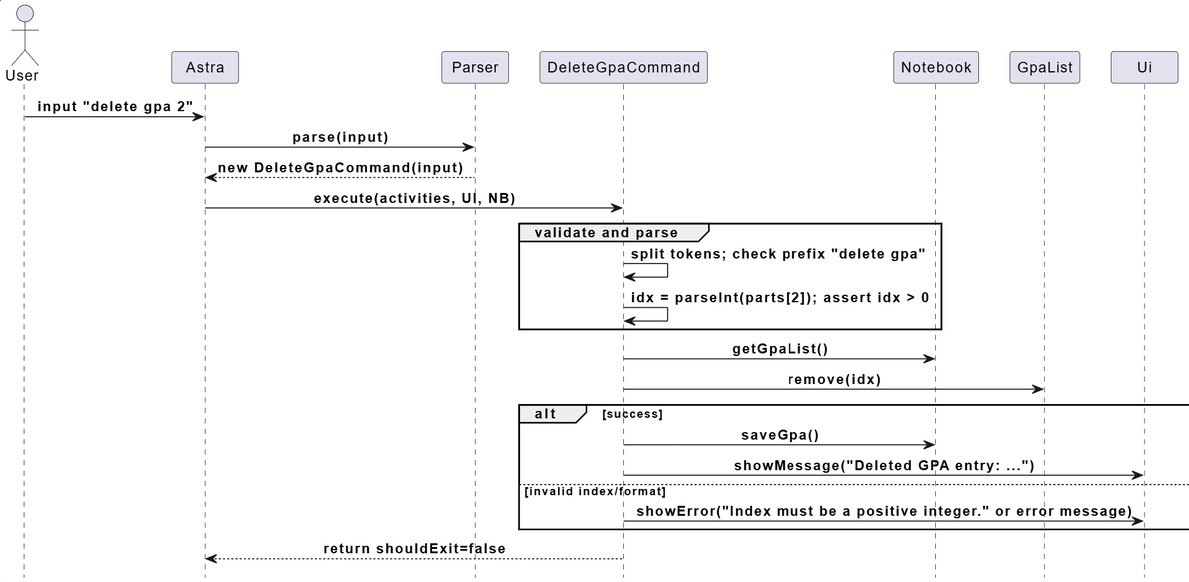
This is docs/images/DeleteGPAEntry.png from Kennahh/tp, a PlantUML export, as it was before one commit. Its source is kept beside it as docs/diagrams/DeleteGPAEntry.puml. The source it was exported from:
```plantuml
@startuml
!include style.puml
actor User
participant Astra
participant Parser
participant C as ":DeleteGpaCommand"
participant NB as "Notebook"
participant GL as "GpaList"
participant UI as "Ui"

User -> Astra: input \n"delete gpa 2"
Activate Astra
Astra -> Parser: parse(input)
Activate Parser

create C
Parser -> C: new DeleteGpaCommand(input)
activate C
return
return DeleteGpaCommand

Astra -> C: execute(AL, UI, NB)
activate C
C -> NB: getGpaList()
activate NB
NB -> GL: remove(idx)
activate GL
return
return
	C -> NB: saveGpa()
	activate NB
	return
	C -> UI: showMessage("Deleted GPA entry: ...")
	activate UI
	return

return false
destroy C
@enduml
```
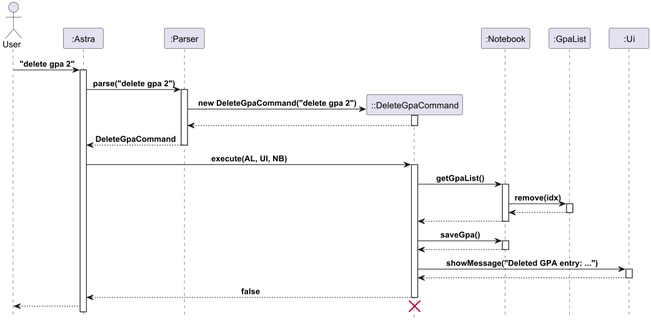
After the commit.

Commit message:
Update DeleteGPAEntry sequence diagram

Change to the diagram source:
```diff
@@ -1,20 +1,20 @@
 @startuml
 !include style.puml
 actor User
-participant Astra
-participant Parser
-participant C as ":DeleteGpaCommand"
-participant NB as "Notebook"
-participant GL as "GpaList"
-participant UI as "Ui"
+participant Astra as ":Astra"
+participant Parser as ":Parser"
+participant C as "::DeleteGpaCommand"
+participant NB as ":Notebook"
+participant GL as ":GpaList"
+participant UI as ":Ui"
 
-User -> Astra: input \n"delete gpa 2"
+User -> Astra: "delete gpa 2"
 Activate Astra
-Astra -> Parser: parse(input)
+Astra -> Parser: parse("delete gpa 2")
 Activate Parser
 
 create C
-Parser -> C: new DeleteGpaCommand(input)
+Parser -> C: new DeleteGpaCommand("delete gpa 2")
 activate C
 return
 return DeleteGpaCommand
@@ -35,5 +35,7 @@
 	return
 
 return false
+deactivate C
+Astra --> User
 destroy C
 @enduml
```
